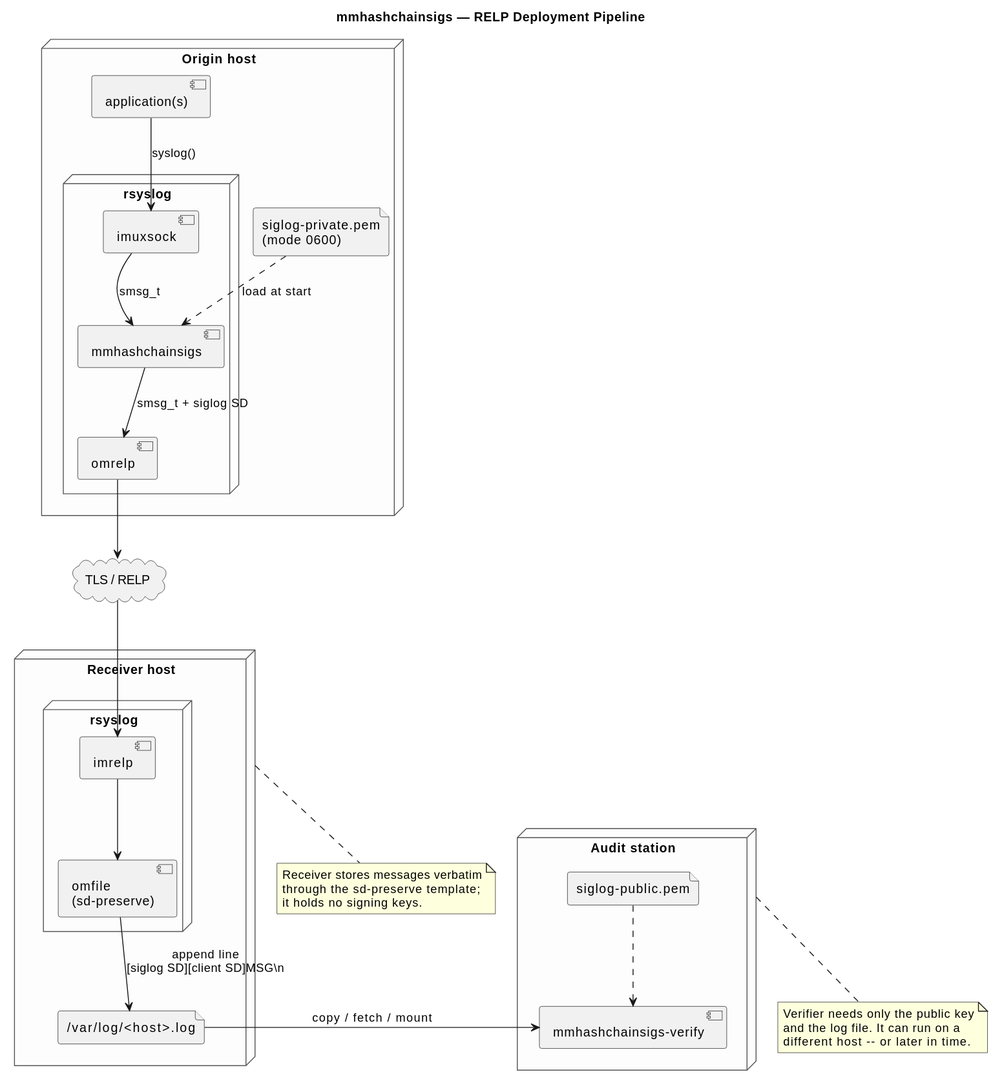
Earlier version of the PlantUML export docs/diagrams/pipeline.svg (hildstrom/mmhashchainsigs). Its diagram source:
```plantuml
@startuml
title mmhashchainsigs — RELP Deployment Pipeline

skinparam shadowing false
skinparam node {
    BackgroundColor #fdfdfd
    BorderColor #555555
}

node "Origin host" as Origin {
    component "application(s)" as App
    node "rsyslog" as RsyslogA {
        component "imuxsock" as InA
        component "mmhashchainsigs" as MMA
        component "omrelp" as RelpOut
    }
    file "siglog-private.pem\n(mode 0600)" as PrivKey
}

cloud "TLS / RELP" as RELP

node "Receiver host" as Receiver {
    node "rsyslog" as RsyslogB {
        component "imrelp" as RelpIn
        component "omfile\n(sd-preserve)" as OmfileB
    }
    file "/var/log/<host>.log" as LogFile
}

node "Audit station" as Audit {
    component "mmhashchainsigs-verify" as Verifier
    file "siglog-public.pem" as PubKey
}

App --> InA : syslog()
InA --> MMA : smsg_t
MMA --> RelpOut : smsg_t + siglog SD
PrivKey ..> MMA : load at start
RelpOut --> RELP
RELP --> RelpIn
RelpIn --> OmfileB
OmfileB --> LogFile : append line\n[siglog SD][client SD]MSG\\n

LogFile -> Verifier : copy / fetch / mount
PubKey ..> Verifier

note bottom of Receiver
  Receiver stores messages verbatim
  through the sd-preserve template;
  it holds no signing keys.
end note

note bottom of Audit
  Verifier needs only the public key
  and the log file. It can run on a
  different host -- or later in time.
end note
@enduml
```
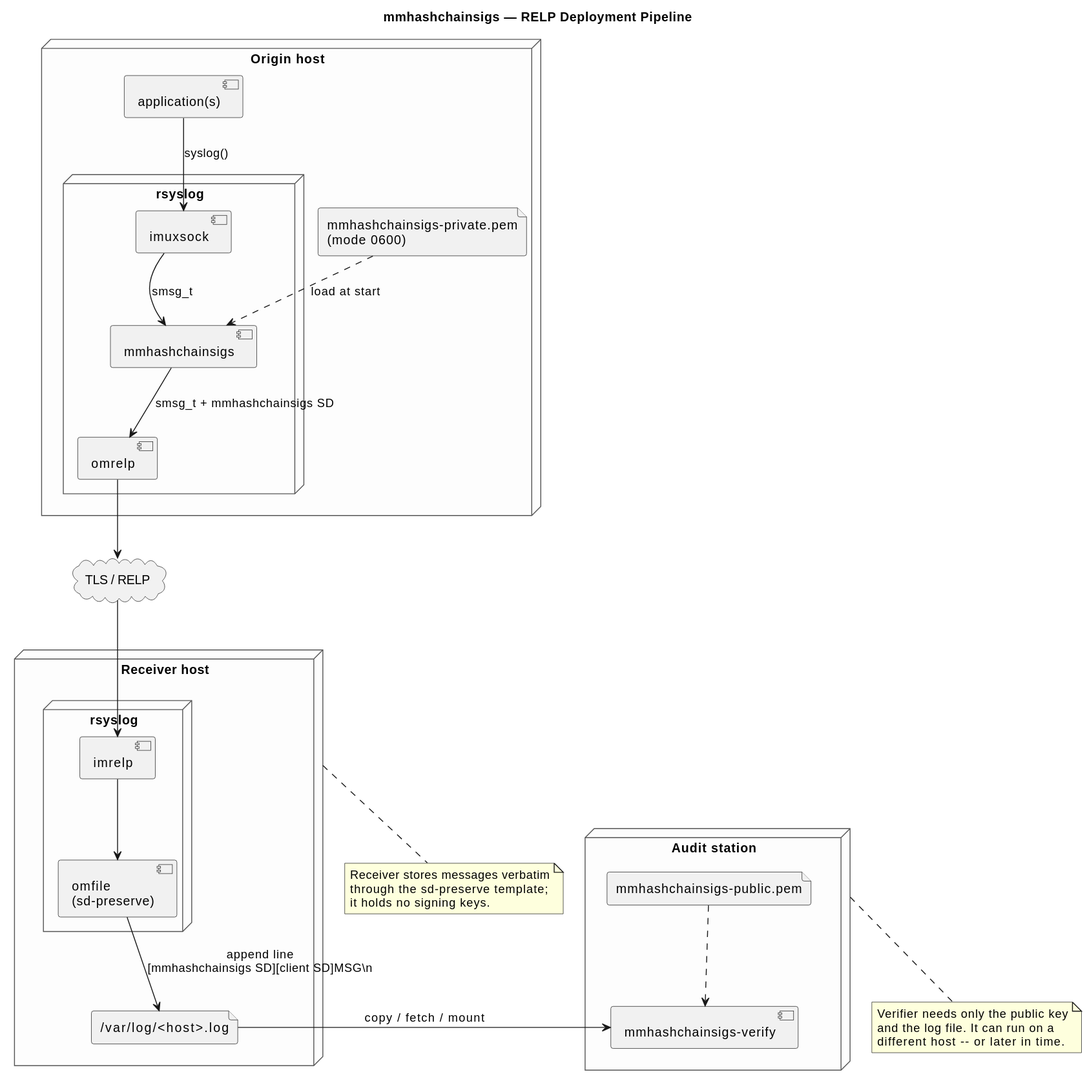
Later version of the same file.

Commit message:
update some references from previous siglog naming to mmhashchainsigs

Diff of the diagram source:
```diff
@@ -14,7 +14,7 @@
         component "mmhashchainsigs" as MMA
         component "omrelp" as RelpOut
     }
-    file "siglog-private.pem\n(mode 0600)" as PrivKey
+    file "mmhashchainsigs-private.pem\n(mode 0600)" as PrivKey
 }
 
 cloud "TLS / RELP" as RELP
@@ -29,17 +29,17 @@
 
 node "Audit station" as Audit {
     component "mmhashchainsigs-verify" as Verifier
-    file "siglog-public.pem" as PubKey
+    file "mmhashchainsigs-public.pem" as PubKey
 }
 
 App --> InA : syslog()
 InA --> MMA : smsg_t
-MMA --> RelpOut : smsg_t + siglog SD
+MMA --> RelpOut : smsg_t + mmhashchainsigs SD
 PrivKey ..> MMA : load at start
 RelpOut --> RELP
 RELP --> RelpIn
 RelpIn --> OmfileB
-OmfileB --> LogFile : append line\n[siglog SD][client SD]MSG\\n
+OmfileB --> LogFile : append line\n[mmhashchainsigs SD][client SD]MSG\\n
 
 LogFile -> Verifier : copy / fetch / mount
 PubKey ..> Verifier
```
